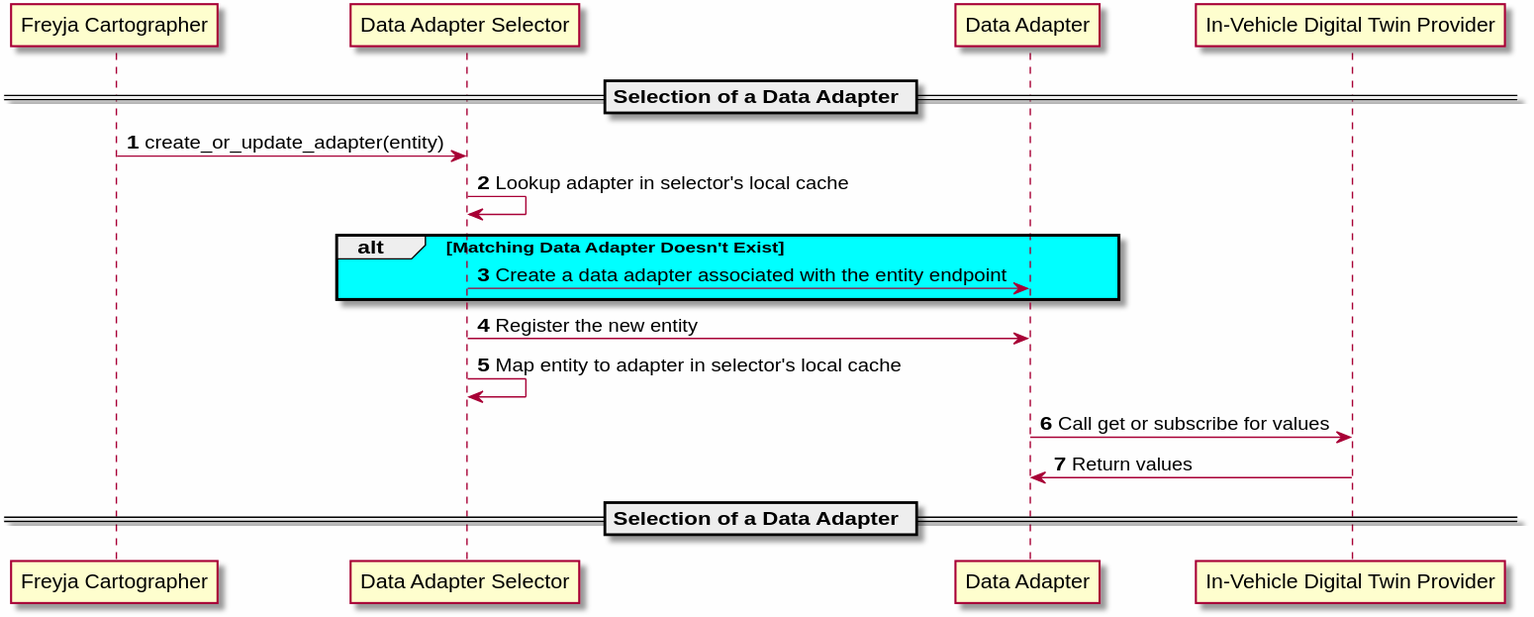
This is docs/design/diagrams/data_adapter_selection_sequence.svg from eclipse-ibeji/freyja, a PlantUML export, as it was before one commit. The source it was exported from:
```plantuml
@startuml
skinparamlocked backgroundColor fefefe
participant "Freyja Cartographer"
participant "Data Adapter Selector"
participant "Data Adapter"
participant "In-Vehicle Digital Twin Provider"
autonumber

== Selection of a Data Adapter ==

"Freyja Cartographer"->"Data Adapter Selector": create_or_update_adapter(entity)

"Data Adapter Selector"->"Data Adapter Selector": Lookup adapter in selector's local cache

alt #Aqua Matching Data Adapter Doesn't Exist
    "Data Adapter Selector"->"Data Adapter": Create a data adapter associated with the entity endpoint
end

"Data Adapter Selector"->"Data Adapter": Register the new entity
"Data Adapter Selector"->"Data Adapter Selector": Map entity to adapter in selector's local cache

"Data Adapter" -> "In-Vehicle Digital Twin Provider": Call get or subscribe for values
"In-Vehicle Digital Twin Provider" -> "Data Adapter": Return values
== Selection of a Data Adapter ==
@enduml
```
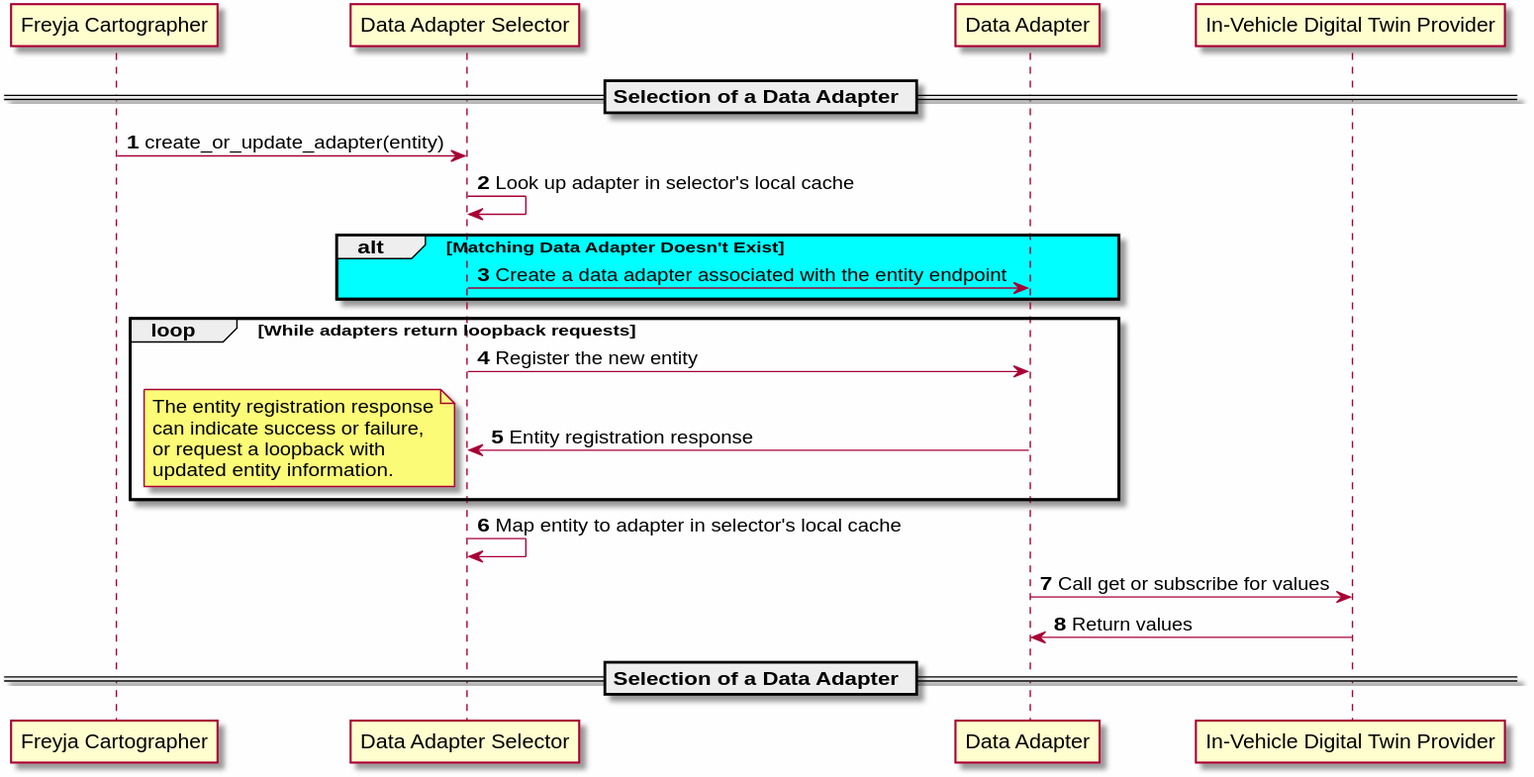
Above is the later version.

Commit message:
Generate PlantUML Diagrams

Change to the diagram source:
```diff
@@ -10,13 +10,23 @@
 
 "Freyja Cartographer"->"Data Adapter Selector": create_or_update_adapter(entity)
 
-"Data Adapter Selector"->"Data Adapter Selector": Lookup adapter in selector's local cache
+"Data Adapter Selector"->"Data Adapter Selector": Look up adapter in selector's local cache
 
 alt #Aqua Matching Data Adapter Doesn't Exist
     "Data Adapter Selector"->"Data Adapter": Create a data adapter associated with the entity endpoint
 end
 
+loop While adapters return loopback requests
 "Data Adapter Selector"->"Data Adapter": Register the new entity
+"Data Adapter Selector"<-"Data Adapter": Entity registration response
+note left
+The entity registration response
+can indicate success or failure,
+or request a loopback with
+updated entity information.
+end note
+end
+
 "Data Adapter Selector"->"Data Adapter Selector": Map entity to adapter in selector's local cache
 
 "Data Adapter" -> "In-Vehicle Digital Twin Provider": Call get or subscribe for values
```
